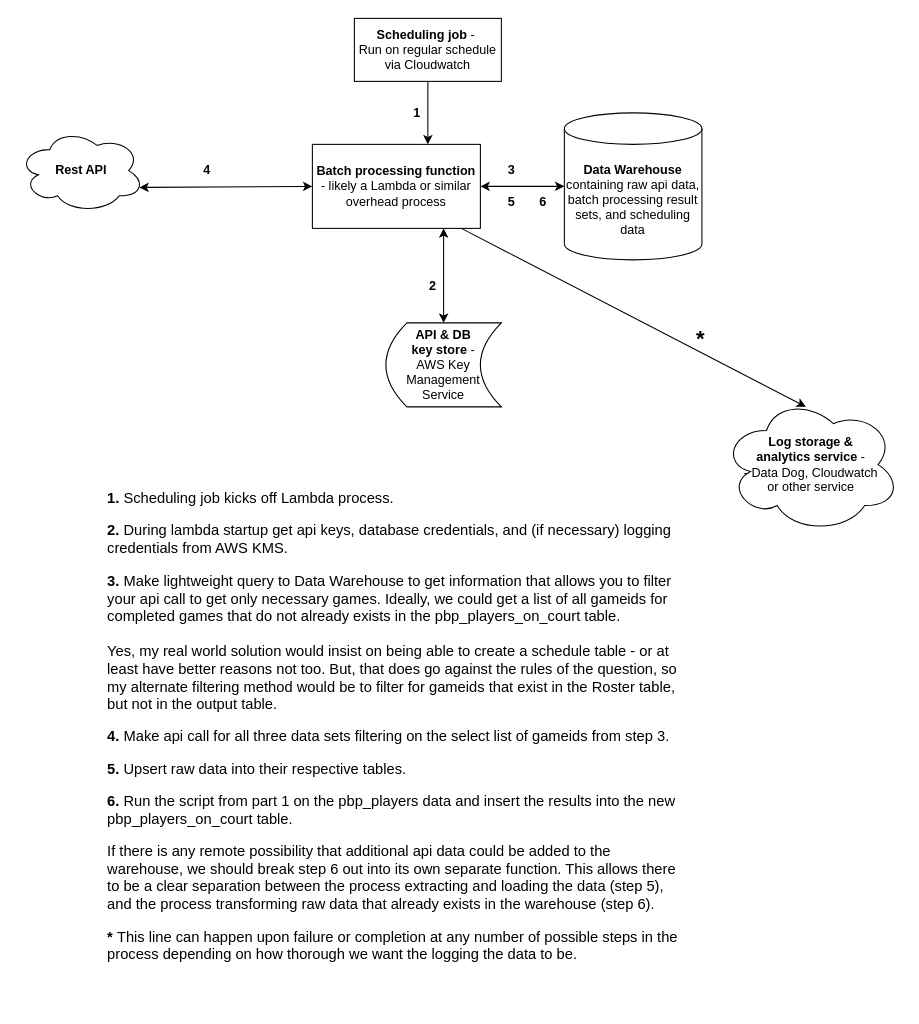
Before: page "Batch Processor" (1 of 2) of swish_diagram.drawio in dpcramer/swish, a draw.io diagram. Source tidied: cells renumbered, new cells numbered last; positions are measured from the earlier drawing's top-left corner, leaving out a move shared by most shapes. Both pictures are drawn from the tidied source at 105%, with x=0, y=0 at pixel (18, 18).
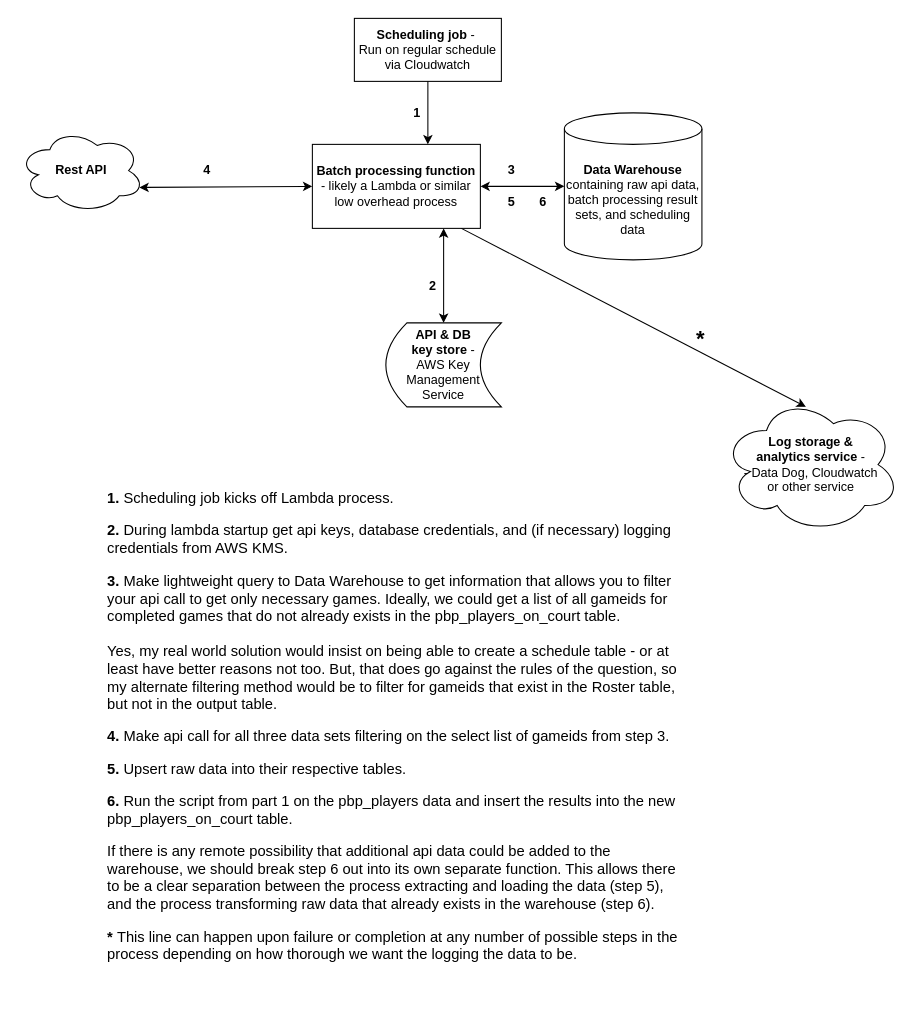
The same page after the edit.

The edit, as a diff of the source:
```diff
@@
-    <mxCell id="3" value="&lt;b&gt;Batch processing function&lt;/b&gt; - likely a Lambda or similar overhead process" style="rounded=0;whiteSpace=wrap;html=1;" parent="1" vertex="1">
+    <mxCell id="3" value="&lt;b&gt;Batch processing function&lt;/b&gt; - likely a Lambda or similar low overhead process" style="rounded=0;whiteSpace=wrap;html=1;" parent="1" vertex="1">
       <mxGeometry x="280" y="120" width="160" height="80" as="geometry" />
     </mxCell>
```
